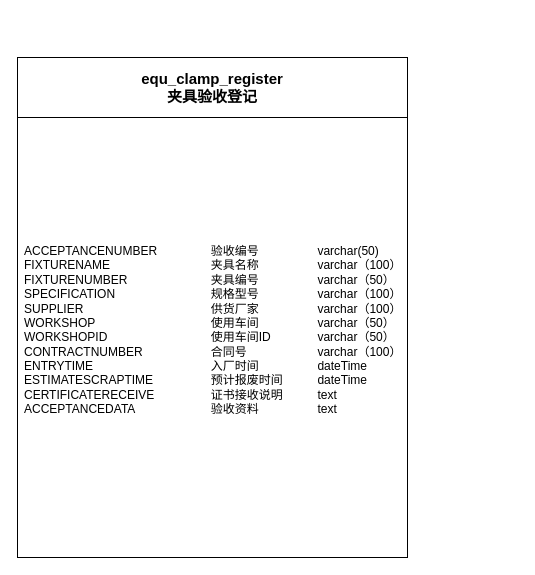
Heyinqing/Draw.io keeps this draw.io diagram as 夹具验收登记.drawio. Above is the earlier version. Source tidied: cells renumbered, new cells numbered last; positions are measured from the earlier drawing's top-left corner, leaving out a move shared by most shapes. Both pictures are drawn from the tidied source at 100%, with x=0, y=0 at pixel (17, 57).
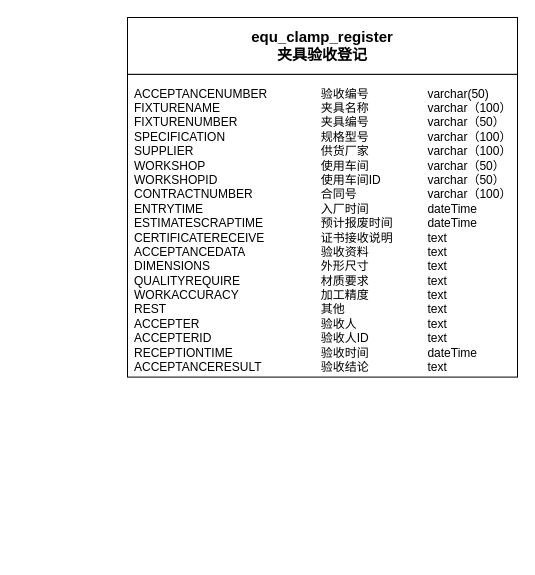
The same diagram, later.

Commit message:
更新夹具验收登记.drawio

The edit, as a diff of the source:
```diff
@@
 <mxGraphModel>
   <root>
     <mxCell id="0" />
     <mxCell id="1" parent="0" />
-    <mxCell id="2" style="group;" parent="1" vertex="1">
-      <mxGeometry width="390" height="500" as="geometry" />
-    </mxCell>
+    <mxCell id="6" style="group;" parent="1" vertex="1">
+      <mxGeometry x="110" y="-40" width="390" height="360" as="geometry" />
+    </mxCell>
-    <mxCell id="3" value="&lt;div style=&quot;background-color: rgb(30, 31, 34); font-family: &amp;quot;JetBrains Mono&amp;quot;, monospace; font-size: 9.8pt;&quot;&gt;&lt;br&gt;&lt;/div&gt;" style="rounded=0;whiteSpace=wrap;html=1;align=left;fillColor=#ffffff;" parent="2" vertex="1">
-      <mxGeometry y="60" width="390" height="440" as="geometry" />
+    <mxCell id="3" value="&lt;div style=&quot;background-color: rgb(30, 31, 34); font-family: &amp;quot;JetBrains Mono&amp;quot;, monospace; font-size: 9.8pt;&quot;&gt;&lt;br&gt;&lt;/div&gt;" style="rounded=0;whiteSpace=wrap;html=1;align=left;fillColor=#ffffff;" parent="6" vertex="1">
+      <mxGeometry y="56.8" width="390" height="302.8" as="geometry" />
     </mxCell>
-    <mxCell id="4" value="&lt;font style=&quot;font-size: 15px;&quot;&gt;&lt;b&gt;equ_clamp_register&lt;br&gt;夹具验收登记&lt;br&gt;&lt;/b&gt;&lt;/font&gt;" style="rounded=0;whiteSpace=wrap;html=1;" parent="2" vertex="1">
-      <mxGeometry width="390" height="60" as="geometry" />
+    <mxCell id="4" value="&lt;font style=&quot;font-size: 15px;&quot;&gt;&lt;b&gt;equ_clamp_register&lt;br&gt;夹具验收登记&lt;br&gt;&lt;/b&gt;&lt;/font&gt;" style="rounded=0;whiteSpace=wrap;html=1;" parent="6" vertex="1">
+      <mxGeometry width="390" height="56.8" as="geometry" />
     </mxCell>
-    <mxCell id="5" value="&lt;div style=&quot;text-align: justify;&quot;&gt;ACCEPTANCENUMBER&lt;span style=&quot;white-space: pre;&quot;&gt;&#9;&lt;span style=&quot;white-space: pre;&quot;&gt;&#9;&lt;/span&gt;验收&lt;/span&gt;编号&lt;span style=&quot;white-space: pre;&quot;&gt;&#9;&lt;/span&gt;&lt;span style=&quot;white-space: pre;&quot;&gt;&#9;&lt;/span&gt;&lt;span style=&quot;white-space: pre;&quot;&gt;&#9;&lt;/span&gt;&lt;span style=&quot;&quot;&gt;v&lt;/span&gt;archar(50)&lt;br&gt;&lt;/div&gt;&lt;div style=&quot;text-align: justify;&quot;&gt;FIXTURENAME&lt;span style=&quot;white-space: pre;&quot;&gt;&#9;&lt;span style=&quot;white-space: pre;&quot;&gt;&#9;&lt;/span&gt;&lt;span style=&quot;white-space: pre;&quot;&gt;&#9;&lt;/span&gt;&lt;span style=&quot;white-space: pre;&quot;&gt;&#9;&lt;/span&gt;&lt;/span&gt;&lt;span style=&quot;text-align: left;&quot;&gt;夹具名称&lt;span style=&quot;white-space: pre;&quot;&gt;&#9;&lt;/span&gt;&lt;span style=&quot;white-space: pre;&quot;&gt;&#9;&lt;span style=&quot;white-space: pre;&quot;&gt;&#9;&lt;/span&gt;&lt;/span&gt;&lt;/span&gt;&lt;span style=&quot;text-align: left;&quot;&gt;varchar（100）&lt;/span&gt;&lt;br style=&quot;border-color: var(--border-color); text-align: left;&quot;&gt;&lt;span style=&quot;text-align: left;&quot;&gt;FIXTURENUMBER&lt;span style=&quot;white-space: pre;&quot;&gt;&#9;&lt;/span&gt;&lt;span style=&quot;white-space: pre;&quot;&gt;&#9;&lt;/span&gt;&lt;span style=&quot;white-space: pre;&quot;&gt;&#9;&lt;/span&gt;&lt;span style=&quot;white-space: pre;&quot;&gt;&#9;&lt;/span&gt;夹具编号&lt;/span&gt;&lt;span style=&quot;border-color: var(--border-color); text-align: left;&quot;&gt;&lt;span style=&quot;border-color: var(--border-color);&quot;&gt;&lt;span style=&quot;white-space: pre;&quot;&gt;&#9;&lt;/span&gt;&lt;span style=&quot;white-space: pre;&quot;&gt;&#9;&lt;/span&gt;&lt;span style=&quot;white-space: pre;&quot;&gt;&#9;&lt;/span&gt;&lt;/span&gt;&lt;/span&gt;&lt;span style=&quot;border-color: var(--border-color); text-align: left;&quot;&gt;&lt;span style=&quot;border-color: var(--border-color);&quot;&gt;varchar（50）&lt;/span&gt;&lt;/span&gt;&lt;br style=&quot;border-color: var(--border-color); text-align: left;&quot;&gt;&lt;span style=&quot;text-align: left;&quot;&gt;SPECIFICATION&lt;span style=&quot;white-space: pre;&quot;&gt;&#9;&lt;/span&gt;&lt;span style=&quot;white-space: pre;&quot;&gt;&#9;&lt;/span&gt;&lt;span style=&quot;white-space: pre;&quot;&gt;&#9;&lt;/span&gt;&lt;span style=&quot;white-space: pre;&quot;&gt;&#9;&lt;/span&gt;规格型号&lt;/span&gt;&lt;span style=&quot;text-align: left;&quot;&gt;&lt;span style=&quot;white-space: pre;&quot;&gt;&#9;&lt;/span&gt;&lt;span style=&quot;white-space: pre;&quot;&gt;&#9;&lt;/span&gt;&lt;span style=&quot;white-space: pre;&quot;&gt;&#9;&lt;/span&gt;&lt;/span&gt;&lt;span style=&quot;text-align: left;&quot;&gt;varchar（100）&lt;/span&gt;&lt;br&gt;&lt;/div&gt;&lt;div style=&quot;text-align: left;&quot;&gt;SUPPLIER&lt;span style=&quot;white-space: pre;&quot;&gt;&#9;&lt;/span&gt;&lt;span style=&quot;white-space: pre;&quot;&gt;&#9;&lt;/span&gt;&lt;span style=&quot;white-space: pre;&quot;&gt;&#9;&lt;/span&gt;&lt;span style=&quot;white-space: pre;&quot;&gt;&#9;&lt;/span&gt;&lt;span style=&quot;white-space: pre;&quot;&gt;&#9;&lt;/span&gt;供货厂家&lt;span style=&quot;white-space: pre;&quot;&gt;&#9;&lt;/span&gt;&lt;span style=&quot;white-space: pre;&quot;&gt;&#9;&lt;/span&gt;&lt;span style=&quot;white-space: pre;&quot;&gt;&#9;&lt;/span&gt;varchar（100）&lt;/div&gt;&lt;div style=&quot;text-align: left;&quot;&gt;WORKSHOP&lt;span style=&quot;white-space: pre;&quot;&gt;&#9;&lt;/span&gt;&lt;span style=&quot;white-space: pre;&quot;&gt;&#9;&lt;/span&gt;&lt;span style=&quot;white-space: pre;&quot;&gt;&#9;&lt;/span&gt;&lt;span style=&quot;white-space: pre;&quot;&gt;&#9;&lt;/span&gt;&lt;span style=&quot;white-space: pre;&quot;&gt;&#9;&lt;/span&gt;使用车间&lt;span style=&quot;white-space: pre;&quot;&gt;&#9;&lt;/span&gt;&lt;span style=&quot;white-space: pre;&quot;&gt;&#9;&lt;/span&gt;&lt;span style=&quot;white-space: pre;&quot;&gt;&#9;&lt;/span&gt;varchar（50）&lt;/div&gt;&lt;div style=&quot;text-align: left;&quot;&gt;WORKSHOPID&lt;span style=&quot;white-space: pre;&quot;&gt;&#9;&lt;/span&gt;&lt;span style=&quot;white-space: pre;&quot;&gt;&#9;&lt;/span&gt;&lt;span style=&quot;white-space: pre;&quot;&gt;&#9;&lt;/span&gt;&lt;span style=&quot;white-space: pre;&quot;&gt;&#9;&lt;/span&gt;使用车间ID&lt;span style=&quot;white-space: pre;&quot;&gt;&#9;&lt;/span&gt;&lt;span style=&quot;white-space: pre;&quot;&gt;&#9;&lt;/span&gt;varchar（50）&lt;/div&gt;&lt;div style=&quot;text-align: left;&quot;&gt;CONTRACTNUMBER&lt;span style=&quot;white-space: pre;&quot;&gt;&#9;&lt;/span&gt;&lt;span style=&quot;white-space: pre;&quot;&gt;&#9;&lt;/span&gt;&lt;span style=&quot;white-space: pre;&quot;&gt;&#9;&lt;/span&gt;合同号&lt;span style=&quot;white-space: pre;&quot;&gt;&#9;&lt;/span&gt;&lt;span style=&quot;white-space: pre;&quot;&gt;&#9;&lt;/span&gt;&lt;span style=&quot;white-space: pre;&quot;&gt;&#9;&lt;/span&gt;varchar（100）&lt;/div&gt;&lt;div style=&quot;text-align: left;&quot;&gt;ENTRYTIME&lt;span style=&quot;white-space: pre;&quot;&gt;&#9;&lt;/span&gt;&lt;span style=&quot;white-space: pre;&quot;&gt;&#9;&lt;/span&gt;&lt;span style=&quot;white-space: pre;&quot;&gt;&#9;&lt;/span&gt;&lt;span style=&quot;white-space: pre;&quot;&gt;&#9;&lt;/span&gt;&lt;span style=&quot;white-space: pre;&quot;&gt;&#9;&lt;/span&gt;入厂时间&lt;span style=&quot;white-space: pre;&quot;&gt;&#9;&lt;/span&gt;&lt;span style=&quot;white-space: pre;&quot;&gt;&#9;&lt;/span&gt;&lt;span style=&quot;white-space: pre;&quot;&gt;&#9;&lt;/span&gt;dateTime&lt;/div&gt;&lt;div style=&quot;text-align: left;&quot;&gt;ESTIMATESCRAPTIME&lt;span style=&quot;white-space: pre;&quot;&gt;&#9;&lt;/span&gt;&lt;span style=&quot;white-space: pre;&quot;&gt;&#9;&lt;/span&gt;&lt;span style=&quot;white-space: pre;&quot;&gt;&#9;&lt;/span&gt;预计报废时间&lt;span style=&quot;white-space: pre;&quot;&gt;&#9;&lt;/span&gt;&lt;span style=&quot;white-space: pre;&quot;&gt;&#9;&lt;/span&gt;dateTime&lt;/div&gt;&lt;div style=&quot;text-align: left;&quot;&gt;CERTIFICATERECEIVE&lt;span style=&quot;white-space: pre;&quot;&gt;&#9;&lt;/span&gt;&lt;span style=&quot;white-space: pre;&quot;&gt;&#9;&lt;/span&gt;&lt;span style=&quot;white-space: pre;&quot;&gt;&#9;&lt;/span&gt;证书接收说明&lt;span style=&quot;white-space: pre;&quot;&gt;&#9;&lt;/span&gt;&lt;span style=&quot;white-space: pre;&quot;&gt;&#9;&lt;/span&gt;text&lt;/div&gt;&lt;div style=&quot;text-align: left;&quot;&gt;ACCEPTANCEDATA&lt;span style=&quot;white-space: pre;&quot;&gt;&#9;&lt;/span&gt;&lt;span style=&quot;white-space: pre;&quot;&gt;&#9;&lt;/span&gt;&lt;span style=&quot;white-space: pre;&quot;&gt;&#9;&lt;/span&gt;验收资料&lt;span style=&quot;white-space: pre;&quot;&gt;&#9;&lt;/span&gt;&lt;span style=&quot;white-space: pre;&quot;&gt;&#9;&lt;/span&gt;&lt;span style=&quot;white-space: pre;&quot;&gt;&#9;&lt;/span&gt;text&lt;/div&gt;&lt;div style=&quot;text-align: left;&quot;&gt;&lt;br&gt;&lt;/div&gt;" style="text;html=1;strokeColor=none;fillColor=none;align=left;verticalAlign=middle;whiteSpace=wrap;rounded=0;" parent="2" vertex="1">
-      <mxGeometry x="5" y="70" width="380" height="420" as="geometry" />
+    <mxCell id="5" value="&lt;div style=&quot;text-align: justify;&quot;&gt;ACCEPTANCENUMBER&lt;span style=&quot;white-space: pre;&quot;&gt;&#9;&lt;span style=&quot;white-space: pre;&quot;&gt;&#9;&lt;/span&gt;验收&lt;/span&gt;编号&lt;span style=&quot;white-space: pre;&quot;&gt;&#9;&lt;/span&gt;&lt;span style=&quot;white-space: pre;&quot;&gt;&#9;&lt;/span&gt;&lt;span style=&quot;white-space: pre;&quot;&gt;&#9;&lt;/span&gt;&lt;span style=&quot;&quot;&gt;v&lt;/span&gt;archar(50)&lt;br&gt;&lt;/div&gt;&lt;div style=&quot;text-align: justify;&quot;&gt;FIXTURENAME&lt;span style=&quot;white-space: pre;&quot;&gt;&#9;&lt;span style=&quot;white-space: pre;&quot;&gt;&#9;&lt;/span&gt;&lt;span style=&quot;white-space: pre;&quot;&gt;&#9;&lt;/span&gt;&lt;span style=&quot;white-space: pre;&quot;&gt;&#9;&lt;/span&gt;&lt;/span&gt;&lt;span style=&quot;text-align: left;&quot;&gt;夹具名称&lt;span style=&quot;white-space: pre;&quot;&gt;&#9;&lt;/span&gt;&lt;span style=&quot;white-space: pre;&quot;&gt;&#9;&lt;span style=&quot;white-space: pre;&quot;&gt;&#9;&lt;/span&gt;&lt;/span&gt;&lt;/span&gt;&lt;span style=&quot;text-align: left;&quot;&gt;varchar（100）&lt;/span&gt;&lt;br style=&quot;border-color: var(--border-color); text-align: left;&quot;&gt;&lt;span style=&quot;text-align: left;&quot;&gt;FIXTURENUMBER&lt;span style=&quot;white-space: pre;&quot;&gt;&#9;&lt;/span&gt;&lt;span style=&quot;white-space: pre;&quot;&gt;&#9;&lt;/span&gt;&lt;span style=&quot;white-space: pre;&quot;&gt;&#9;&lt;/span&gt;&lt;span style=&quot;white-space: pre;&quot;&gt;&#9;&lt;/span&gt;夹具编号&lt;/span&gt;&lt;span style=&quot;border-color: var(--border-color); text-align: left;&quot;&gt;&lt;span style=&quot;border-color: var(--border-color);&quot;&gt;&lt;span style=&quot;white-space: pre;&quot;&gt;&#9;&lt;/span&gt;&lt;span style=&quot;white-space: pre;&quot;&gt;&#9;&lt;/span&gt;&lt;span style=&quot;white-space: pre;&quot;&gt;&#9;&lt;/span&gt;&lt;/span&gt;&lt;/span&gt;&lt;span style=&quot;border-color: var(--border-color); text-align: left;&quot;&gt;&lt;span style=&quot;border-color: var(--border-color);&quot;&gt;varchar（50）&lt;/span&gt;&lt;/span&gt;&lt;br style=&quot;border-color: var(--border-color); text-align: left;&quot;&gt;&lt;span style=&quot;text-align: left;&quot;&gt;SPECIFICATION&lt;span style=&quot;white-space: pre;&quot;&gt;&#9;&lt;/span&gt;&lt;span style=&quot;white-space: pre;&quot;&gt;&#9;&lt;/span&gt;&lt;span style=&quot;white-space: pre;&quot;&gt;&#9;&lt;/span&gt;&lt;span style=&quot;white-space: pre;&quot;&gt;&#9;&lt;/span&gt;规格型号&lt;/span&gt;&lt;span style=&quot;text-align: left;&quot;&gt;&lt;span style=&quot;white-space: pre;&quot;&gt;&#9;&lt;/span&gt;&lt;span style=&quot;white-space: pre;&quot;&gt;&#9;&lt;/span&gt;&lt;span style=&quot;white-space: pre;&quot;&gt;&#9;&lt;/span&gt;&lt;/span&gt;&lt;span style=&quot;text-align: left;&quot;&gt;varchar（100）&lt;/span&gt;&lt;br&gt;&lt;/div&gt;&lt;div style=&quot;text-align: left;&quot;&gt;SUPPLIER&lt;span style=&quot;white-space: pre;&quot;&gt;&#9;&lt;/span&gt;&lt;span style=&quot;white-space: pre;&quot;&gt;&#9;&lt;/span&gt;&lt;span style=&quot;white-space: pre;&quot;&gt;&#9;&lt;/span&gt;&lt;span style=&quot;white-space: pre;&quot;&gt;&#9;&lt;/span&gt;&lt;span style=&quot;white-space: pre;&quot;&gt;&#9;&lt;/span&gt;供货厂家&lt;span style=&quot;white-space: pre;&quot;&gt;&#9;&lt;/span&gt;&lt;span style=&quot;white-space: pre;&quot;&gt;&#9;&lt;/span&gt;&lt;span style=&quot;white-space: pre;&quot;&gt;&#9;&lt;/span&gt;varchar（100）&lt;/div&gt;&lt;div style=&quot;text-align: left;&quot;&gt;WORKSHOP&lt;span style=&quot;white-space: pre;&quot;&gt;&#9;&lt;/span&gt;&lt;span style=&quot;white-space: pre;&quot;&gt;&#9;&lt;/span&gt;&lt;span style=&quot;white-space: pre;&quot;&gt;&#9;&lt;/span&gt;&lt;span style=&quot;white-space: pre;&quot;&gt;&#9;&lt;/span&gt;&lt;span style=&quot;white-space: pre;&quot;&gt;&#9;&lt;/span&gt;使用车间&lt;span style=&quot;white-space: pre;&quot;&gt;&#9;&lt;/span&gt;&lt;span style=&quot;white-space: pre;&quot;&gt;&#9;&lt;/span&gt;&lt;span style=&quot;white-space: pre;&quot;&gt;&#9;&lt;/span&gt;varchar（50）&lt;/div&gt;&lt;div style=&quot;text-align: left;&quot;&gt;WORKSHOPID&lt;span style=&quot;white-space: pre;&quot;&gt;&#9;&lt;/span&gt;&lt;span style=&quot;white-space: pre;&quot;&gt;&#9;&lt;/span&gt;&lt;span style=&quot;white-space: pre;&quot;&gt;&#9;&lt;/span&gt;&lt;span style=&quot;white-space: pre;&quot;&gt;&#9;&lt;/span&gt;使用车间ID&lt;span style=&quot;white-space: pre;&quot;&gt;&#9;&lt;/span&gt;&lt;span style=&quot;white-space: pre;&quot;&gt;&#9;&lt;/span&gt;varchar（50）&lt;/div&gt;&lt;div style=&quot;text-align: left;&quot;&gt;CONTRACTNUMBER&lt;span style=&quot;white-space: pre;&quot;&gt;&#9;&lt;/span&gt;&lt;span style=&quot;white-space: pre;&quot;&gt;&#9;&lt;/span&gt;&lt;span style=&quot;white-space: pre;&quot;&gt;&#9;&lt;/span&gt;合同号&lt;span style=&quot;white-space: pre;&quot;&gt;&#9;&lt;/span&gt;&lt;span style=&quot;white-space: pre;&quot;&gt;&#9;&lt;/span&gt;&lt;span style=&quot;white-space: pre;&quot;&gt;&#9;&lt;/span&gt;varchar（100）&lt;/div&gt;&lt;div style=&quot;text-align: left;&quot;&gt;ENTRYTIME&lt;span style=&quot;white-space: pre;&quot;&gt;&#9;&lt;/span&gt;&lt;span style=&quot;white-space: pre;&quot;&gt;&#9;&lt;/span&gt;&lt;span style=&quot;white-space: pre;&quot;&gt;&#9;&lt;/span&gt;&lt;span style=&quot;white-space: pre;&quot;&gt;&#9;&lt;/span&gt;&lt;span style=&quot;white-space: pre;&quot;&gt;&#9;&lt;/span&gt;入厂时间&lt;span style=&quot;white-space: pre;&quot;&gt;&#9;&lt;/span&gt;&lt;span style=&quot;white-space: pre;&quot;&gt;&#9;&lt;/span&gt;&lt;span style=&quot;white-space: pre;&quot;&gt;&#9;&lt;/span&gt;dateTime&lt;/div&gt;&lt;div style=&quot;text-align: left;&quot;&gt;ESTIMATESCRAPTIME&lt;span style=&quot;white-space: pre;&quot;&gt;&#9;&lt;/span&gt;&lt;span style=&quot;white-space: pre;&quot;&gt;&#9;&lt;/span&gt;&lt;span style=&quot;white-space: pre;&quot;&gt;&#9;&lt;/span&gt;预计报废时间&lt;span style=&quot;white-space: pre;&quot;&gt;&#9;&lt;/span&gt;&lt;span style=&quot;white-space: pre;&quot;&gt;&#9;&lt;/span&gt;dateTime&lt;/div&gt;&lt;div style=&quot;text-align: left;&quot;&gt;CERTIFICATERECEIVE&lt;span style=&quot;white-space: pre;&quot;&gt;&#9;&lt;/span&gt;&lt;span style=&quot;white-space: pre;&quot;&gt;&#9;&lt;/span&gt;&lt;span style=&quot;white-space: pre;&quot;&gt;&#9;&lt;/span&gt;证书接收说明&lt;span style=&quot;white-space: pre;&quot;&gt;&#9;&lt;/span&gt;&lt;span style=&quot;white-space: pre;&quot;&gt;&#9;&lt;/span&gt;text&lt;/div&gt;&lt;div style=&quot;text-align: left;&quot;&gt;ACCEPTANCEDATA&lt;span style=&quot;white-space: pre;&quot;&gt;&#9;&lt;/span&gt;&lt;span style=&quot;white-space: pre;&quot;&gt;&#9;&lt;/span&gt;&lt;span style=&quot;white-space: pre;&quot;&gt;&#9;&lt;/span&gt;验收资料&lt;span style=&quot;white-space: pre;&quot;&gt;&#9;&lt;/span&gt;&lt;span style=&quot;white-space: pre;&quot;&gt;&#9;&lt;/span&gt;&lt;span style=&quot;white-space: pre;&quot;&gt;&#9;&lt;/span&gt;text&lt;/div&gt;&lt;div style=&quot;text-align: left;&quot;&gt;DIMENSIONS&lt;span style=&quot;white-space: pre;&quot;&gt;&#9;&lt;/span&gt;&lt;span style=&quot;white-space: pre;&quot;&gt;&#9;&lt;/span&gt;&lt;span style=&quot;white-space: pre;&quot;&gt;&#9;&lt;/span&gt;&lt;span style=&quot;white-space: pre;&quot;&gt;&#9;&lt;/span&gt;&lt;span style=&quot;white-space: pre;&quot;&gt;&#9;&lt;/span&gt;外形尺寸&lt;span style=&quot;white-space: pre;&quot;&gt;&#9;&lt;/span&gt;&lt;span style=&quot;white-space: pre;&quot;&gt;&#9;&lt;/span&gt;&lt;span style=&quot;white-space: pre;&quot;&gt;&#9;&lt;/span&gt;text&lt;/div&gt;&lt;div style=&quot;text-align: left;&quot;&gt;QUALITYREQUIRE&lt;span style=&quot;white-space: pre;&quot;&gt;&#9;&lt;/span&gt;&lt;span style=&quot;white-space: pre;&quot;&gt;&#9;&lt;/span&gt;&lt;span style=&quot;white-space: pre;&quot;&gt;&#9;&lt;/span&gt;材质要求&lt;span style=&quot;white-space: pre;&quot;&gt;&#9;&lt;/span&gt;&lt;span style=&quot;white-space: pre;&quot;&gt;&#9;&lt;/span&gt;&lt;span style=&quot;white-space: pre;&quot;&gt;&#9;&lt;/span&gt;text&lt;/div&gt;&lt;div style=&quot;text-align: left;&quot;&gt;WORKACCURACY&lt;span style=&quot;white-space: pre;&quot;&gt;&#9;&lt;/span&gt;&lt;span style=&quot;white-space: pre;&quot;&gt;&#9;&lt;/span&gt;&lt;span style=&quot;white-space: pre;&quot;&gt;&#9;&lt;/span&gt;&lt;span style=&quot;white-space: pre;&quot;&gt;&#9;&lt;/span&gt;加工精度&lt;span style=&quot;white-space: pre;&quot;&gt;&#9;&lt;/span&gt;&lt;span style=&quot;white-space: pre;&quot;&gt;&#9;&lt;/span&gt;&lt;span style=&quot;white-space: pre;&quot;&gt;&#9;&lt;/span&gt;text&lt;/div&gt;&lt;div style=&quot;text-align: left;&quot;&gt;REST&lt;span style=&quot;white-space: pre;&quot;&gt;&#9;&lt;/span&gt;&lt;span style=&quot;white-space: pre;&quot;&gt;&#9;&lt;/span&gt;&lt;span style=&quot;white-space: pre;&quot;&gt;&#9;&lt;/span&gt;&lt;span style=&quot;white-space: pre;&quot;&gt;&#9;&lt;/span&gt;&lt;span style=&quot;white-space: pre;&quot;&gt;&#9;&lt;/span&gt;&lt;span style=&quot;white-space: pre;&quot;&gt;&#9;&lt;/span&gt;其他&lt;span style=&quot;white-space: pre;&quot;&gt;&#9;&lt;/span&gt;&lt;span style=&quot;white-space: pre;&quot;&gt;&#9;&lt;/span&gt;&lt;span style=&quot;white-space: pre;&quot;&gt;&#9;&lt;/span&gt;&lt;span style=&quot;white-space: pre;&quot;&gt;&#9;&lt;/span&gt;text&lt;/div&gt;&lt;div style=&quot;text-align: left;&quot;&gt;ACCEPTER&lt;span style=&quot;white-space: pre;&quot;&gt;&#9;&lt;/span&gt;&lt;span style=&quot;white-space: pre;&quot;&gt;&#9;&lt;/span&gt;&lt;span style=&quot;white-space: pre;&quot;&gt;&#9;&lt;/span&gt;&lt;span style=&quot;white-space: pre;&quot;&gt;&#9;&lt;/span&gt;&lt;span style=&quot;white-space: pre;&quot;&gt;&#9;&lt;/span&gt;验收人&lt;span style=&quot;white-space: pre;&quot;&gt;&#9;&lt;/span&gt;&lt;span style=&quot;white-space: pre;&quot;&gt;&#9;&lt;/span&gt;&lt;span style=&quot;white-space: pre;&quot;&gt;&#9;&lt;/span&gt;text&lt;/div&gt;&lt;div style=&quot;text-align: left;&quot;&gt;ACCEPTERID&lt;span style=&quot;white-space: pre;&quot;&gt;&#9;&lt;/span&gt;&lt;span style=&quot;white-space: pre;&quot;&gt;&#9;&lt;/span&gt;&lt;span style=&quot;white-space: pre;&quot;&gt;&#9;&lt;/span&gt;&lt;span style=&quot;white-space: pre;&quot;&gt;&#9;&lt;/span&gt;&lt;span style=&quot;white-space: pre;&quot;&gt;&#9;&lt;/span&gt;验收人ID&lt;span style=&quot;white-space: pre;&quot;&gt;&#9;&lt;/span&gt;&lt;span style=&quot;white-space: pre;&quot;&gt;&#9;&lt;/span&gt;&lt;span style=&quot;white-space: pre;&quot;&gt;&#9;&lt;/span&gt;text&lt;/div&gt;&lt;div style=&quot;text-align: left;&quot;&gt;RECEPTIONTIME&lt;span style=&quot;white-space: pre;&quot;&gt;&#9;&lt;/span&gt;&lt;span style=&quot;white-space: pre;&quot;&gt;&#9;&lt;/span&gt;&lt;span style=&quot;white-space: pre;&quot;&gt;&#9;&lt;/span&gt;&lt;span style=&quot;white-space: pre;&quot;&gt;&#9;&lt;/span&gt;验收时间&lt;span style=&quot;white-space: pre;&quot;&gt;&#9;&lt;/span&gt;&lt;span style=&quot;white-space: pre;&quot;&gt;&#9;&lt;/span&gt;&lt;span style=&quot;white-space: pre;&quot;&gt;&#9;&lt;/span&gt;dateTime&lt;/div&gt;&lt;div style=&quot;text-align: left;&quot;&gt;ACCEPTANCERESULT&lt;span style=&quot;white-space: pre;&quot;&gt;&#9;&lt;/span&gt;&lt;span style=&quot;white-space: pre;&quot;&gt;&#9;&lt;/span&gt;&lt;span style=&quot;white-space: pre;&quot;&gt;&#9;&lt;/span&gt;验收结论&lt;span style=&quot;white-space: pre;&quot;&gt;&#9;&lt;/span&gt;&lt;span style=&quot;white-space: pre;&quot;&gt;&#9;&lt;/span&gt;&lt;span style=&quot;white-space: pre;&quot;&gt;&#9;&lt;/span&gt;text&lt;/div&gt;" style="text;html=1;strokeColor=none;fillColor=none;align=left;verticalAlign=middle;whiteSpace=wrap;rounded=0;" parent="6" vertex="1">
+      <mxGeometry x="5" y="66.2" width="380" height="293.8" as="geometry" />
     </mxCell>
   </root>
 </mxGraphModel>
```
